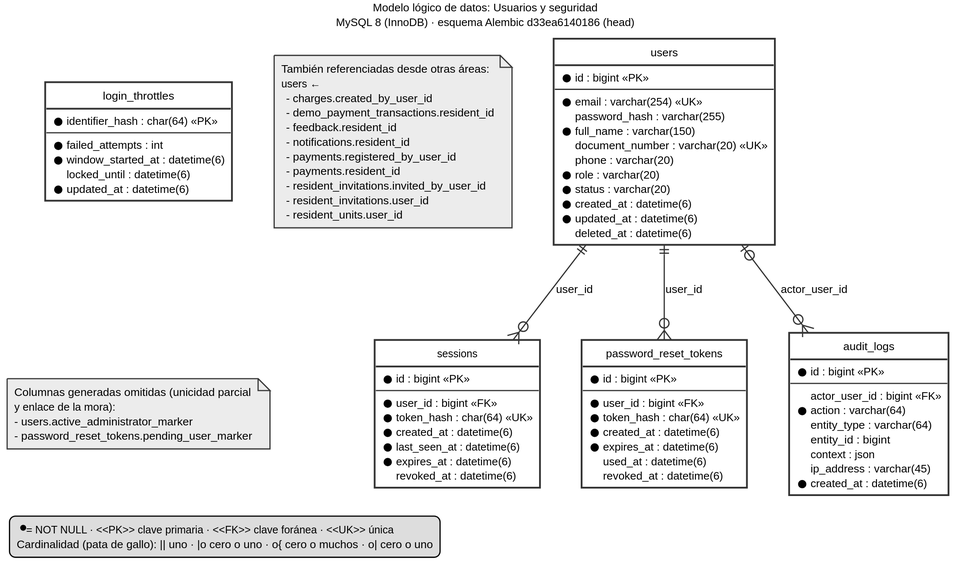
Before: docs/entrega-objetivos/modelo-datos/modelo-datos-usuarios-seguridad.svg, a diagram exported from PlantUML (yilberDev/SoftPh-Academico).
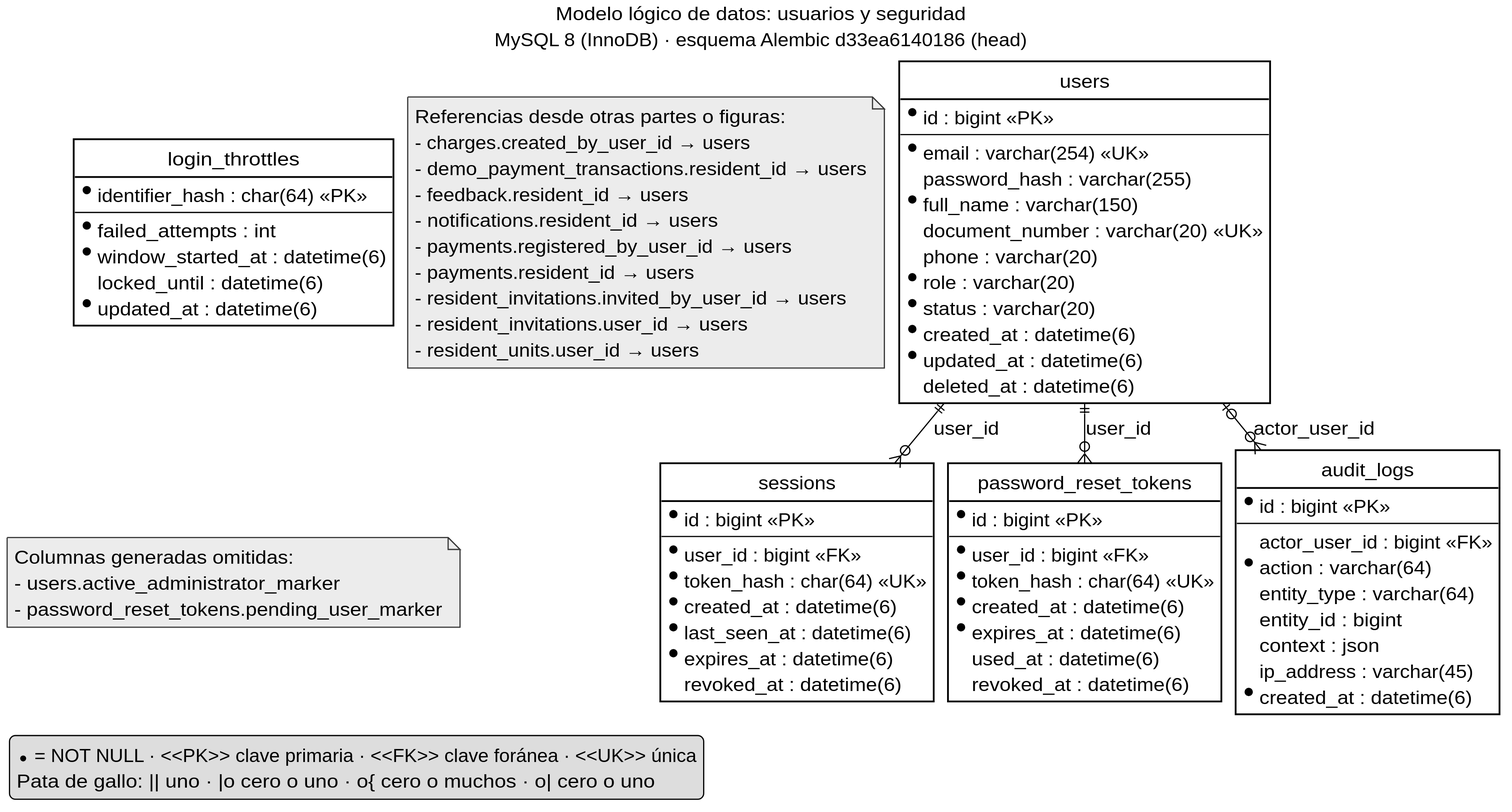
The same file after the commit.

Diff of the diagram source:
```diff
@@ -4,16 +4,18 @@
 skinparam backgroundColor white
 skinparam shadowing false
 skinparam defaultFontName Helvetica
-skinparam defaultFontSize 9
+skinparam defaultFontSize 16
 skinparam class {
   BackgroundColor White
-  BorderColor #333333
-  ArrowColor #333333
+  BorderColor Black
+  ArrowColor Black
 }
 hide circle
 hide methods
 top to bottom direction
-title Modelo lógico de datos: Usuarios y seguridad\nMySQL 8 (InnoDB) · esquema Alembic d33ea6140186 (head)
+skinparam nodesep 12
+skinparam ranksep 15
+title Modelo lógico de datos: usuarios y seguridad\nMySQL 8 (InnoDB) · esquema Alembic d33ea6140186 (head)
 entity "users" as users {
   *id : bigint <<PK>>
   --
@@ -71,26 +73,24 @@
 users ||--o{ password_reset_tokens : "user_id"
 users ||--o{ sessions : "user_id"
 note as externas
-  También referenciadas desde otras áreas:
-  users ←
-    - charges.created_by_user_id
-    - demo_payment_transactions.resident_id
-    - feedback.resident_id
-    - notifications.resident_id
-    - payments.registered_by_user_id
-    - payments.resident_id
-    - resident_invitations.invited_by_user_id
-    - resident_invitations.user_id
-    - resident_units.user_id
+  Referencias desde otras partes o figuras:
+  - charges.created_by_user_id → users
+  - demo_payment_transactions.resident_id → users
+  - feedback.resident_id → users
+  - notifications.resident_id → users
+  - payments.registered_by_user_id → users
+  - payments.resident_id → users
+  - resident_invitations.invited_by_user_id → users
+  - resident_invitations.user_id → users
+  - resident_units.user_id → users
 end note
 note as generadas
-  Columnas generadas omitidas (unicidad parcial
-  y enlace de la mora):
+  Columnas generadas omitidas:
   - users.active_administrator_marker
   - password_reset_tokens.pending_user_marker
 end note
 legend bottom left
   * = NOT NULL · <<PK>> clave primaria · <<FK>> clave foránea · <<UK>> única
-  Cardinalidad (pata de gallo): || uno · |o cero o uno · o{ cero o muchos · o| cero o uno
+  Pata de gallo: || uno · |o cero o uno · o{ cero o muchos · o| cero o uno
 endlegend
 @enduml
```
